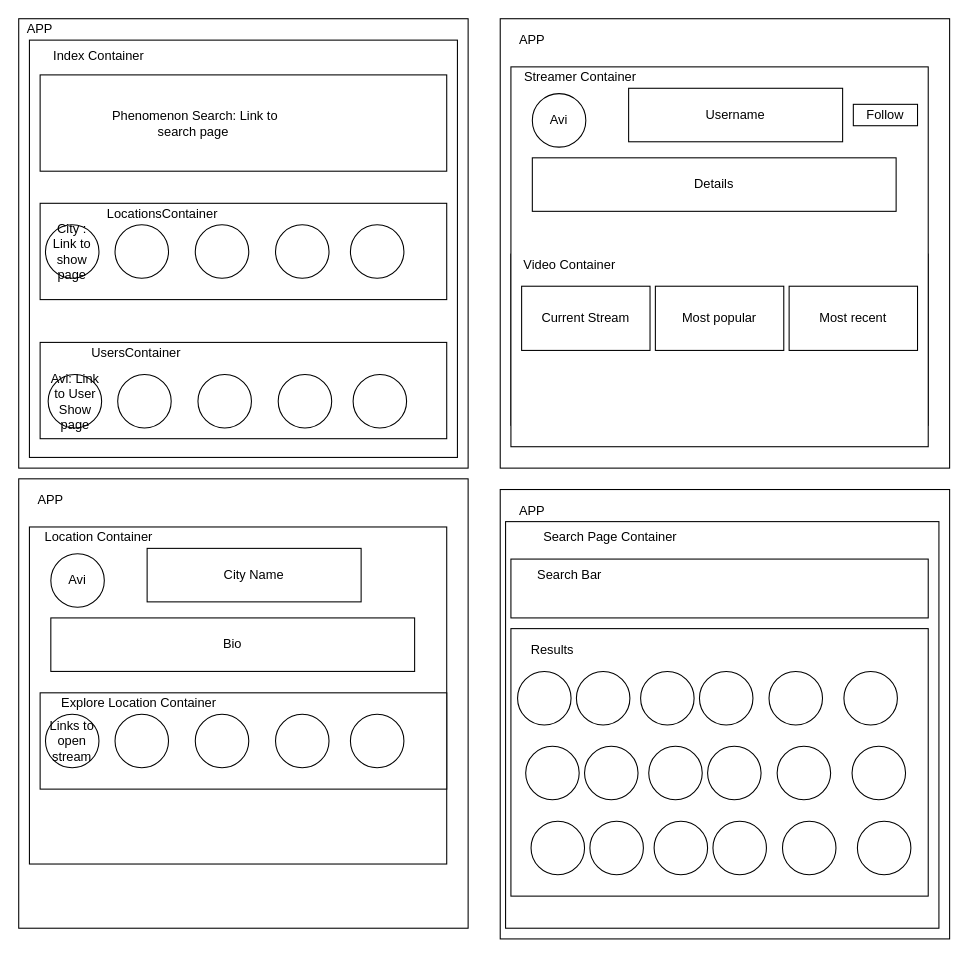
gbenga/stream-nature-frontend keeps this draw.io diagram as frontend.drawio. Above is the earlier version. Source tidied: cells renumbered, new cells numbered last; positions are measured from the earlier drawing's top-left corner, leaving out a move shared by most shapes. Both pictures are drawn from the tidied source at 107%, with x=0, y=0 at pixel (18, 18).
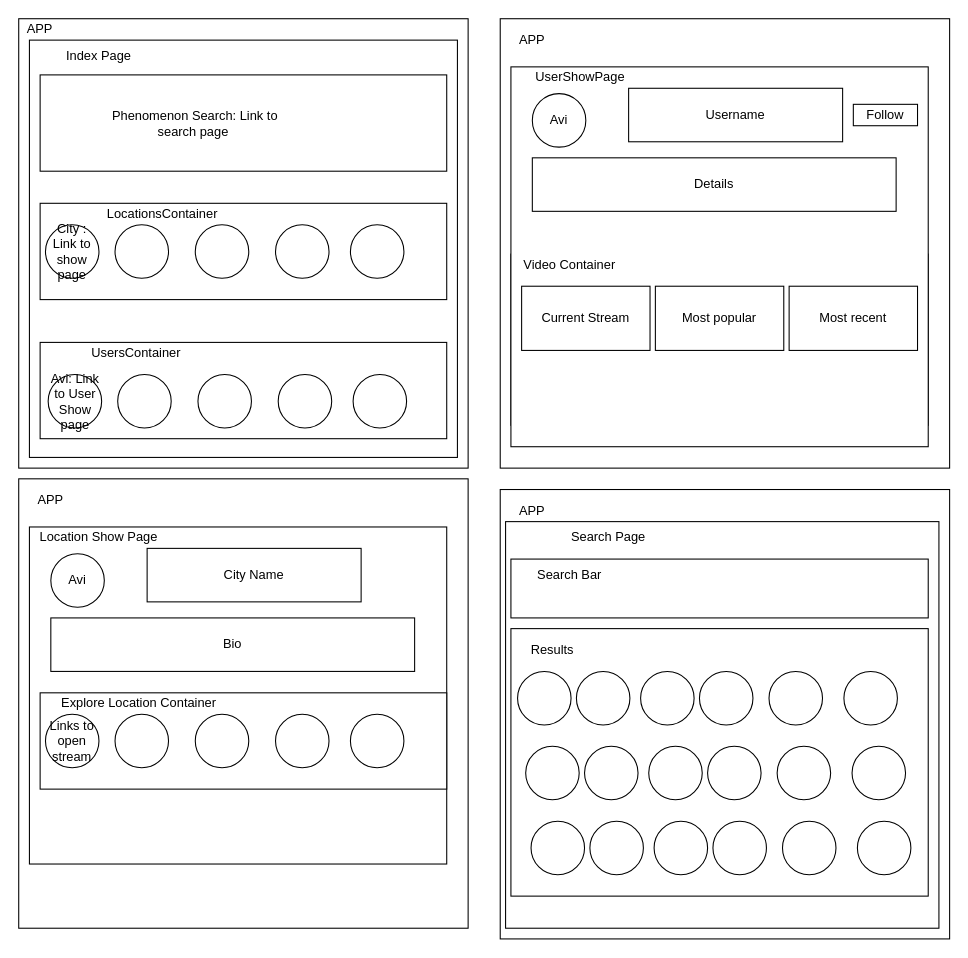
After the change.

Change to the diagram source:
```diff
@@
-    <mxCell id="34" value="Streamer Container" style="text;html=1;strokeColor=none;fillColor=none;align=center;verticalAlign=middle;whiteSpace=wrap;rounded=0;" parent="1" vertex="1">
+    <mxCell id="34" value="UserShowPage" style="text;html=1;strokeColor=none;fillColor=none;align=center;verticalAlign=middle;whiteSpace=wrap;rounded=0;" parent="1" vertex="1">
       <mxGeometry x="460" y="45" width="130" height="20" as="geometry" />
     </mxCell>
@@
-    <mxCell id="41" value="Location Container" style="text;html=1;strokeColor=none;fillColor=none;align=center;verticalAlign=middle;whiteSpace=wrap;rounded=0;" parent="1" vertex="1">
+    <mxCell id="41" value="Location Show Page" style="text;html=1;strokeColor=none;fillColor=none;align=center;verticalAlign=middle;whiteSpace=wrap;rounded=0;" parent="1" vertex="1">
       <mxGeometry x="10" y="475" width="130" height="20" as="geometry" />
     </mxCell>
@@
-    <mxCell id="73" value="Search Page Container" style="text;html=1;strokeColor=none;fillColor=none;align=center;verticalAlign=middle;whiteSpace=wrap;rounded=0;" parent="1" vertex="1">
+    <mxCell id="73" value="Search Page&amp;nbsp;" style="text;html=1;strokeColor=none;fillColor=none;align=center;verticalAlign=middle;whiteSpace=wrap;rounded=0;" parent="1" vertex="1">
       <mxGeometry x="466.2" y="475" width="173.8" height="20" as="geometry" />
     </mxCell>
-    <mxCell id="74" value="Index Container" style="text;html=1;strokeColor=none;fillColor=none;align=center;verticalAlign=middle;whiteSpace=wrap;rounded=0;" parent="1" vertex="1">
+    <mxCell id="74" value="Index Page" style="text;html=1;strokeColor=none;fillColor=none;align=center;verticalAlign=middle;whiteSpace=wrap;rounded=0;" parent="1" vertex="1">
       <mxGeometry x="20" y="25" width="110" height="20" as="geometry" />
     </mxCell>
```
